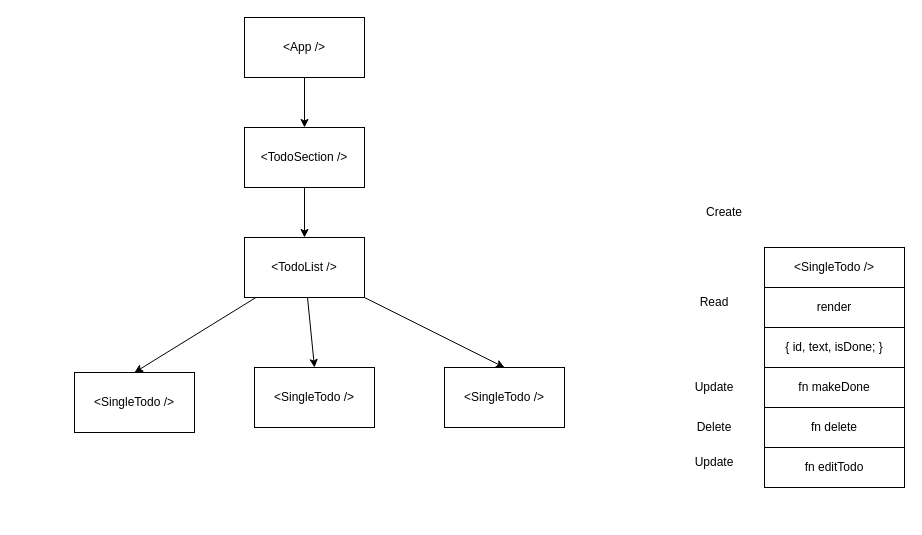
Above: todo.drawio in MariusCodeAcademy/type19_06_todo_crud_app (draw.io), before the change. Source tidied: cells renumbered, new cells numbered last; positions are measured from the earlier drawing's top-left corner, leaving out a move shared by most shapes. Both pictures are drawn from the tidied source at 100%, with x=0, y=0 at pixel (74, 17).
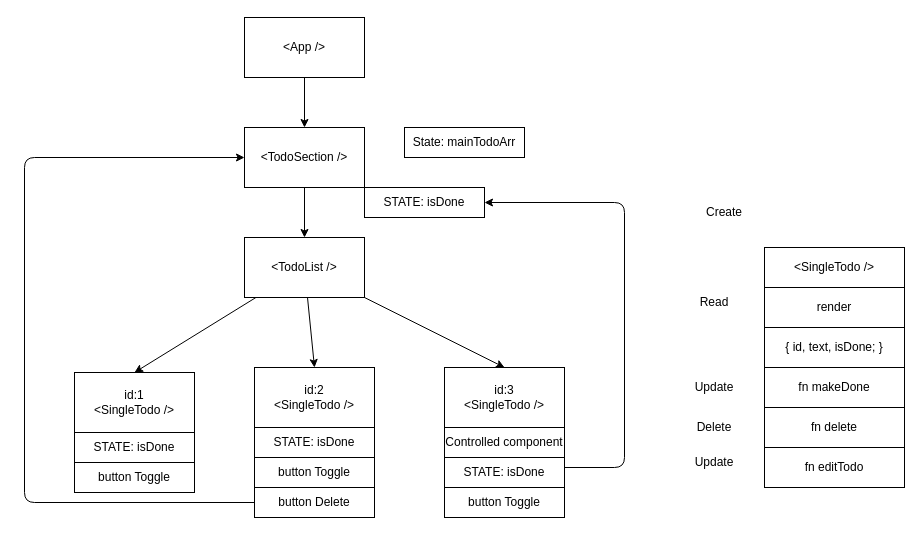
After the change.

Unchanged cells that the change refers to:
```xml
<mxCell id="3" value="&amp;lt;TodoSection /&amp;gt;" style="rounded=0;whiteSpace=wrap;html=1;" parent="1" vertex="1">
  <mxGeometry x="170" y="110" width="120" height="60" as="geometry" />
</mxCell>
```

What changed in the source:
```diff
@@
-    <mxCell id="19" value="&amp;lt;SingleTodo /&amp;gt;" style="rounded=0;whiteSpace=wrap;html=1;" parent="1" vertex="1">
+    <mxCell id="19" value="id:1&lt;br&gt;&amp;lt;SingleTodo /&amp;gt;" style="rounded=0;whiteSpace=wrap;html=1;" parent="1" vertex="1">
       <mxGeometry y="355" width="120" height="60" as="geometry" />
     </mxCell>
-    <mxCell id="20" value="&amp;lt;SingleTodo /&amp;gt;" style="rounded=0;whiteSpace=wrap;html=1;" parent="1" vertex="1">
+    <mxCell id="20" value="id:2&lt;br&gt;&amp;lt;SingleTodo /&amp;gt;" style="rounded=0;whiteSpace=wrap;html=1;" parent="1" vertex="1">
       <mxGeometry x="180" y="350" width="120" height="60" as="geometry" />
     </mxCell>
-    <mxCell id="21" value="&amp;lt;SingleTodo /&amp;gt;" style="rounded=0;whiteSpace=wrap;html=1;" parent="1" vertex="1">
+    <mxCell id="21" value="id:3&lt;br&gt;&amp;lt;SingleTodo /&amp;gt;" style="rounded=0;whiteSpace=wrap;html=1;" parent="1" vertex="1">
       <mxGeometry x="370" y="350" width="120" height="60" as="geometry" />
     </mxCell>
@@
+    <mxCell id="24" value="State: mainTodoArr" style="rounded=0;whiteSpace=wrap;html=1;" parent="1" vertex="1">
+      <mxGeometry x="330" y="110" width="120" height="30" as="geometry" />
+    </mxCell>
+    <mxCell id="25" style="edgeStyle=orthogonalEdgeStyle;html=1;entryX=1;entryY=0.5;entryDx=0;entryDy=0;" parent="1" edge="1" source="26" target="29">
+      <mxGeometry relative="1" as="geometry">
+        <Array as="points">
+          <mxPoint x="550" y="450" />
+          <mxPoint x="550" y="185" />
+        </Array>
+      </mxGeometry>
+    </mxCell>
+    <mxCell id="26" value="STATE: isDone" style="rounded=0;whiteSpace=wrap;html=1;" parent="1" vertex="1">
+      <mxGeometry x="370" y="440" width="120" height="30" as="geometry" />
+    </mxCell>
+    <mxCell id="27" value="STATE: isDone" style="rounded=0;whiteSpace=wrap;html=1;" parent="1" vertex="1">
+      <mxGeometry x="180" y="410" width="120" height="30" as="geometry" />
+    </mxCell>
+    <mxCell id="28" value="STATE: isDone" style="rounded=0;whiteSpace=wrap;html=1;" parent="1" vertex="1">
+      <mxGeometry y="415" width="120" height="30" as="geometry" />
+    </mxCell>
+    <mxCell id="29" value="STATE: isDone" style="rounded=0;whiteSpace=wrap;html=1;" parent="1" vertex="1">
+      <mxGeometry x="290" y="170" width="120" height="30" as="geometry" />
+    </mxCell>
+    <mxCell id="30" value="Controlled component" style="rounded=0;whiteSpace=wrap;html=1;" parent="1" vertex="1">
+      <mxGeometry x="370" y="410" width="120" height="30" as="geometry" />
+    </mxCell>
+    <mxCell id="31" value="button Toggle" style="rounded=0;whiteSpace=wrap;html=1;" parent="1" vertex="1">
+      <mxGeometry x="180" y="440" width="120" height="30" as="geometry" />
+    </mxCell>
+    <mxCell id="32" value="button Toggle" style="rounded=0;whiteSpace=wrap;html=1;" parent="1" vertex="1">
+      <mxGeometry x="370" y="470" width="120" height="30" as="geometry" />
+    </mxCell>
+    <mxCell id="33" value="button Toggle" style="rounded=0;whiteSpace=wrap;html=1;" parent="1" vertex="1">
+      <mxGeometry y="445" width="120" height="30" as="geometry" />
+    </mxCell>
+    <mxCell id="34" style="edgeStyle=orthogonalEdgeStyle;html=1;entryX=0;entryY=0.5;entryDx=0;entryDy=0;" parent="1" edge="1" source="35" target="3">
+      <mxGeometry relative="1" as="geometry">
+        <Array as="points">
+          <mxPoint x="-50" y="485" />
+          <mxPoint x="-50" y="140" />
+        </Array>
+      </mxGeometry>
+    </mxCell>
+    <mxCell id="35" value="button Delete" style="rounded=0;whiteSpace=wrap;html=1;" parent="1" vertex="1">
+      <mxGeometry x="180" y="470" width="120" height="30" as="geometry" />
+    </mxCell>
```
